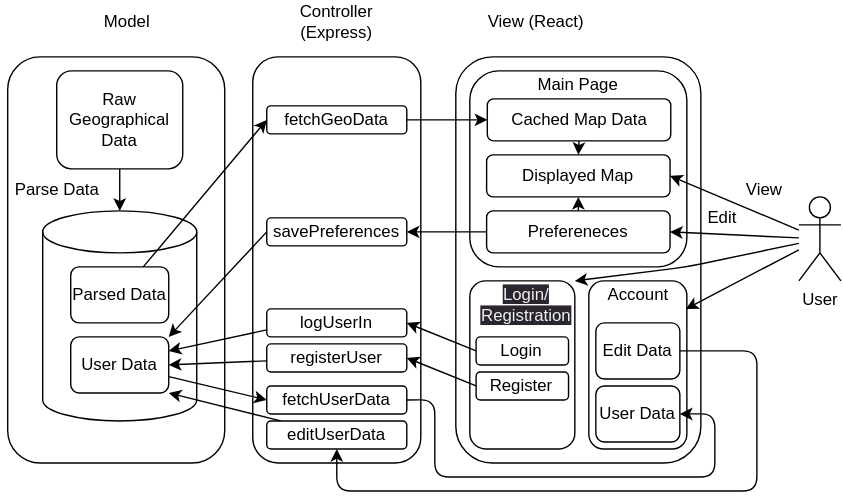
GabrielByram/TripAtlas keeps this draw.io diagram as Trip Atlas/Documentation/Design/Overall Design.drawio.svg. Above is the earlier version. Source tidied: cells renumbered, new cells last; positions are measured from the earlier drawing's top-left corner, leaving out a move shared by most shapes. Source of this version:
```xml
<mxGraphModel>
  <root>
    <mxCell id="0" />
    <mxCell id="1" parent="0" />
    <mxCell id="2" style="rounded=1;whiteSpace=wrap;html=1;" parent="1" vertex="1">
      <mxGeometry x="5" y="40" width="155" height="290" as="geometry" />
    </mxCell>
    <mxCell id="3" style="edgeStyle=none;html=1;" parent="1" edge="1" source="4" target="10">
      <mxGeometry relative="1" as="geometry" />
    </mxCell>
    <mxCell id="4" style="rounded=1;whiteSpace=wrap;html=1;" parent="1" vertex="1">
      <mxGeometry x="40" y="50" width="90" height="70" as="geometry" />
    </mxCell>
    <mxCell id="5" value="Raw Geographical Data" style="text;html=1;strokeColor=none;fillColor=none;align=center;verticalAlign=middle;whiteSpace=wrap;rounded=0;" parent="1" vertex="1">
      <mxGeometry x="55" y="70" width="60" height="30" as="geometry" />
    </mxCell>
    <mxCell id="6" style="rounded=1;whiteSpace=wrap;html=1;" parent="1" vertex="1">
      <mxGeometry x="180" y="40" width="120" height="290" as="geometry" />
    </mxCell>
    <mxCell id="7" value="Controller (Express)" style="text;html=1;strokeColor=none;fillColor=none;align=center;verticalAlign=middle;whiteSpace=wrap;rounded=0;" parent="1" vertex="1">
      <mxGeometry x="210" width="60" height="30" as="geometry" />
    </mxCell>
    <mxCell id="8" style="rounded=1;whiteSpace=wrap;html=1;" parent="1" vertex="1">
      <mxGeometry x="325" y="40" width="175" height="290" as="geometry" />
    </mxCell>
    <mxCell id="9" value="View (React)" style="text;html=1;strokeColor=none;fillColor=none;align=center;verticalAlign=middle;whiteSpace=wrap;rounded=0;" parent="1" vertex="1">
      <mxGeometry x="335" width="95" height="30" as="geometry" />
    </mxCell>
    <mxCell id="10" style="shape=cylinder3;whiteSpace=wrap;html=1;boundedLbl=1;backgroundOutline=1;size=15;" parent="1" vertex="1">
      <mxGeometry x="30" y="150" width="110" height="150" as="geometry" />
    </mxCell>
    <mxCell id="11" value="Model&lt;br&gt;" style="text;html=1;align=center;verticalAlign=middle;strokeColor=none;fillColor=none;" parent="1" vertex="1">
      <mxGeometry x="60" width="60" height="30" as="geometry" />
    </mxCell>
    <mxCell id="12" value="Parse Data&lt;br&gt;" style="text;html=1;align=center;verticalAlign=middle;strokeColor=none;fillColor=none;" parent="1" vertex="1">
      <mxGeometry y="120" width="80" height="30" as="geometry" />
    </mxCell>
    <mxCell id="13" style="edgeStyle=none;html=1;entryX=0;entryY=0.5;entryDx=0;entryDy=0;entryPerimeter=0;" parent="1" edge="1" source="14" target="26">
      <mxGeometry relative="1" as="geometry" />
    </mxCell>
    <mxCell id="14" value="Parsed Data" style="rounded=1;whiteSpace=wrap;html=1;" parent="1" vertex="1">
      <mxGeometry x="50" y="190" width="70" height="40" as="geometry" />
    </mxCell>
    <mxCell id="15" style="html=1;entryX=0;entryY=0.5;entryDx=0;entryDy=0;" parent="1" edge="1" source="16" target="48">
      <mxGeometry relative="1" as="geometry" />
    </mxCell>
    <mxCell id="16" value="User Data" style="rounded=1;whiteSpace=wrap;html=1;" parent="1" vertex="1">
      <mxGeometry x="50" y="240" width="70" height="40" as="geometry" />
    </mxCell>
    <mxCell id="17" style="rounded=1;whiteSpace=wrap;html=1;" parent="1" vertex="1">
      <mxGeometry x="335" y="200" width="75" height="120" as="geometry" />
    </mxCell>
    <mxCell id="18" value="&lt;br&gt;&lt;span style=&quot;color: rgb(240, 240, 240); font-family: Helvetica; font-size: 12px; font-style: normal; font-variant-ligatures: normal; font-variant-caps: normal; font-weight: 400; letter-spacing: normal; orphans: 2; text-align: center; text-indent: 0px; text-transform: none; widows: 2; word-spacing: 0px; -webkit-text-stroke-width: 0px; background-color: rgb(42, 37, 47); text-decoration-thickness: initial; text-decoration-style: initial; text-decoration-color: initial; float: none; display: inline !important;&quot;&gt;Login/&lt;br&gt;Registration&lt;/span&gt;" style="text;html=1;strokeColor=none;fillColor=none;align=center;verticalAlign=middle;whiteSpace=wrap;rounded=0;" parent="1" vertex="1">
      <mxGeometry x="307" y="210" width="137" as="geometry" />
    </mxCell>
    <mxCell id="19" style="rounded=1;whiteSpace=wrap;html=1;" parent="1" vertex="1">
      <mxGeometry x="335" y="50" width="155" height="140" as="geometry" />
    </mxCell>
    <mxCell id="20" value="Main Page" style="text;html=1;strokeColor=none;fillColor=none;align=center;verticalAlign=middle;whiteSpace=wrap;rounded=0;" parent="1" vertex="1">
      <mxGeometry x="344" y="50" width="137" height="20" as="geometry" />
    </mxCell>
    <mxCell id="21" style="rounded=1;whiteSpace=wrap;html=1;" parent="1" vertex="1">
      <mxGeometry x="420" y="200" width="70" height="120" as="geometry" />
    </mxCell>
    <mxCell id="22" value="Account" style="text;html=1;strokeColor=none;fillColor=none;align=center;verticalAlign=middle;whiteSpace=wrap;rounded=0;" parent="1" vertex="1">
      <mxGeometry x="386.5" y="200" width="137" height="20" as="geometry" />
    </mxCell>
    <mxCell id="23" style="edgeStyle=none;html=1;entryX=1;entryY=1;entryDx=0;entryDy=0;" parent="1" edge="1" source="24" target="16">
      <mxGeometry relative="1" as="geometry" />
    </mxCell>
    <mxCell id="24" value="editUserData" style="rounded=1;whiteSpace=wrap;html=1;" parent="1" vertex="1">
      <mxGeometry x="190" y="300" width="100" height="20" as="geometry" />
    </mxCell>
    <mxCell id="25" style="edgeStyle=none;html=1;entryX=0;entryY=0.5;entryDx=0;entryDy=0;exitX=1;exitY=0.5;exitDx=0;exitDy=0;" parent="1" edge="1" source="26" target="36">
      <mxGeometry relative="1" as="geometry" />
    </mxCell>
    <mxCell id="26" value="fetchGeoData" style="rounded=1;whiteSpace=wrap;html=1;" parent="1" vertex="1">
      <mxGeometry x="190" y="75" width="100" height="20" as="geometry" />
    </mxCell>
    <mxCell id="27" style="edgeStyle=none;html=1;entryX=1;entryY=0.5;entryDx=0;entryDy=0;" parent="1" edge="1" source="31" target="37">
      <mxGeometry relative="1" as="geometry" />
    </mxCell>
    <mxCell id="28" style="edgeStyle=none;html=1;entryX=1;entryY=0.5;entryDx=0;entryDy=0;" parent="1" edge="1" source="31" target="34">
      <mxGeometry relative="1" as="geometry" />
    </mxCell>
    <mxCell id="29" style="edgeStyle=none;html=1;entryX=0.75;entryY=1;entryDx=0;entryDy=0;" parent="1" edge="1" source="31" target="22">
      <mxGeometry relative="1" as="geometry" />
    </mxCell>
    <mxCell id="30" style="edgeStyle=none;html=1;" parent="1" edge="1" source="31">
      <mxGeometry relative="1" as="geometry">
        <mxPoint x="410" y="200" as="targetPoint" />
        <Array as="points">
          <mxPoint x="490" y="190" />
        </Array>
      </mxGeometry>
    </mxCell>
    <mxCell id="31" value="User" style="shape=umlActor;verticalLabelPosition=bottom;verticalAlign=top;html=1;outlineConnect=0;" parent="1" vertex="1">
      <mxGeometry x="570" y="140" width="30" height="60" as="geometry" />
    </mxCell>
    <mxCell id="32" style="edgeStyle=none;html=1;exitX=0.5;exitY=0;exitDx=0;exitDy=0;entryX=0.5;entryY=1;entryDx=0;entryDy=0;" parent="1" edge="1" source="34" target="37">
      <mxGeometry relative="1" as="geometry" />
    </mxCell>
    <mxCell id="33" style="edgeStyle=none;html=1;exitX=0;exitY=0.5;exitDx=0;exitDy=0;entryX=1;entryY=0.5;entryDx=0;entryDy=0;" parent="1" edge="1" source="34" target="39">
      <mxGeometry relative="1" as="geometry" />
    </mxCell>
    <mxCell id="34" value="Prefereneces" style="rounded=1;whiteSpace=wrap;html=1;" parent="1" vertex="1">
      <mxGeometry x="347" y="150" width="131" height="30" as="geometry" />
    </mxCell>
    <mxCell id="35" style="edgeStyle=none;html=1;exitX=0.5;exitY=1;exitDx=0;exitDy=0;entryX=0.5;entryY=0;entryDx=0;entryDy=0;" parent="1" edge="1" source="36" target="37">
      <mxGeometry relative="1" as="geometry" />
    </mxCell>
    <mxCell id="36" value="Cached Map Data" style="rounded=1;whiteSpace=wrap;html=1;" parent="1" vertex="1">
      <mxGeometry x="347.5" y="70" width="131" height="30" as="geometry" />
    </mxCell>
    <mxCell id="37" value="Displayed Map" style="rounded=1;whiteSpace=wrap;html=1;" parent="1" vertex="1">
      <mxGeometry x="347" y="110" width="131" height="30" as="geometry" />
    </mxCell>
    <mxCell id="38" style="edgeStyle=none;html=1;entryX=1;entryY=0;entryDx=0;entryDy=0;exitX=0;exitY=0.5;exitDx=0;exitDy=0;" parent="1" edge="1" source="39" target="16">
      <mxGeometry relative="1" as="geometry" />
    </mxCell>
    <mxCell id="39" value="savePreferences" style="rounded=1;whiteSpace=wrap;html=1;" parent="1" vertex="1">
      <mxGeometry x="190" y="155" width="100" height="20" as="geometry" />
    </mxCell>
    <mxCell id="40" style="edgeStyle=none;html=1;entryX=1;entryY=0.5;entryDx=0;entryDy=0;exitX=0;exitY=0.5;exitDx=0;exitDy=0;" parent="1" edge="1" source="41" target="50">
      <mxGeometry relative="1" as="geometry" />
    </mxCell>
    <mxCell id="41" value="Login" style="rounded=1;whiteSpace=wrap;html=1;" parent="1" vertex="1">
      <mxGeometry x="339.5" y="240" width="66" height="20" as="geometry" />
    </mxCell>
    <mxCell id="42" style="edgeStyle=none;html=1;entryX=1;entryY=0.5;entryDx=0;entryDy=0;exitX=0;exitY=0.5;exitDx=0;exitDy=0;" parent="1" edge="1" source="43" target="52">
      <mxGeometry relative="1" as="geometry" />
    </mxCell>
    <mxCell id="43" value="Register" style="rounded=1;whiteSpace=wrap;html=1;" parent="1" vertex="1">
      <mxGeometry x="339.5" y="265" width="66" height="20" as="geometry" />
    </mxCell>
    <mxCell id="44" value="User Data" style="rounded=1;whiteSpace=wrap;html=1;" parent="1" vertex="1">
      <mxGeometry x="425" y="275" width="60" height="40" as="geometry" />
    </mxCell>
    <mxCell id="45" style="edgeStyle=orthogonalEdgeStyle;html=1;entryX=0.5;entryY=1;entryDx=0;entryDy=0;" parent="1" edge="1" source="46" target="24">
      <mxGeometry relative="1" as="geometry">
        <Array as="points">
          <mxPoint x="540" y="250" />
          <mxPoint x="540" y="350" />
          <mxPoint x="240" y="350" />
        </Array>
      </mxGeometry>
    </mxCell>
    <mxCell id="46" value="Edit Data" style="rounded=1;whiteSpace=wrap;html=1;" parent="1" vertex="1">
      <mxGeometry x="425" y="230" width="60" height="40" as="geometry" />
    </mxCell>
    <mxCell id="47" style="edgeStyle=orthogonalEdgeStyle;html=1;exitX=1;exitY=0.5;exitDx=0;exitDy=0;entryX=1;entryY=0.5;entryDx=0;entryDy=0;" parent="1" edge="1" source="48" target="44">
      <mxGeometry relative="1" as="geometry">
        <Array as="points">
          <mxPoint x="310" y="285" />
          <mxPoint x="310" y="340" />
          <mxPoint x="510" y="340" />
          <mxPoint x="510" y="295" />
        </Array>
      </mxGeometry>
    </mxCell>
    <mxCell id="48" value="fetchUserData" style="rounded=1;whiteSpace=wrap;html=1;" parent="1" vertex="1">
      <mxGeometry x="190" y="275" width="100" height="20" as="geometry" />
    </mxCell>
    <mxCell id="49" style="edgeStyle=none;html=1;exitX=0;exitY=0.75;exitDx=0;exitDy=0;entryX=1;entryY=0.25;entryDx=0;entryDy=0;" parent="1" edge="1" source="50" target="16">
      <mxGeometry relative="1" as="geometry" />
    </mxCell>
    <mxCell id="50" value="logUserIn" style="rounded=1;whiteSpace=wrap;html=1;" parent="1" vertex="1">
      <mxGeometry x="190" y="220" width="100" height="20" as="geometry" />
    </mxCell>
    <mxCell id="51" style="edgeStyle=none;html=1;entryX=1;entryY=0.5;entryDx=0;entryDy=0;" parent="1" edge="1" source="52" target="16">
      <mxGeometry relative="1" as="geometry" />
    </mxCell>
    <mxCell id="52" value="registerUser" style="rounded=1;whiteSpace=wrap;html=1;" parent="1" vertex="1">
      <mxGeometry x="190" y="245" width="100" height="20" as="geometry" />
    </mxCell>
    <mxCell id="53" value="View" style="text;html=1;align=center;verticalAlign=middle;strokeColor=none;fillColor=none;" parent="1" vertex="1">
      <mxGeometry x="520" y="120" width="50" height="30" as="geometry" />
    </mxCell>
    <mxCell id="54" value="Edit" style="text;html=1;align=center;verticalAlign=middle;strokeColor=none;fillColor=none;" parent="1" vertex="1">
      <mxGeometry x="495" y="140" width="40" height="30" as="geometry" />
    </mxCell>
  </root>
</mxGraphModel>
```
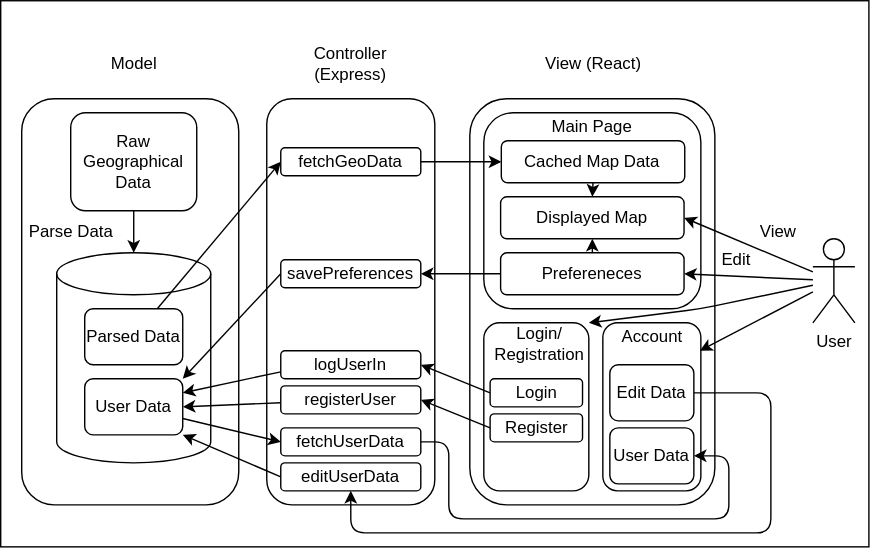
Above is the later version.

Change to the diagram source:
```diff
@@ -2,6 +2,9 @@
   <root>
     <mxCell id="0" />
     <mxCell id="1" parent="0" />
+    <mxCell id="55" style="rounded=0;whiteSpace=wrap;html=1;" parent="1" vertex="1">
+      <mxGeometry x="-10" y="-30" width="620" height="390" as="geometry" />
+    </mxCell>
     <mxCell id="2" style="rounded=1;whiteSpace=wrap;html=1;" parent="1" vertex="1">
       <mxGeometry x="5" y="40" width="155" height="290" as="geometry" />
     </mxCell>
@@ -24,13 +27,13 @@
       <mxGeometry x="325" y="40" width="175" height="290" as="geometry" />
     </mxCell>
     <mxCell id="9" value="View (React)" style="text;html=1;strokeColor=none;fillColor=none;align=center;verticalAlign=middle;whiteSpace=wrap;rounded=0;" parent="1" vertex="1">
-      <mxGeometry x="335" width="95" height="30" as="geometry" />
+      <mxGeometry x="365.5" width="95" height="30" as="geometry" />
     </mxCell>
     <mxCell id="10" style="shape=cylinder3;whiteSpace=wrap;html=1;boundedLbl=1;backgroundOutline=1;size=15;" parent="1" vertex="1">
       <mxGeometry x="30" y="150" width="110" height="150" as="geometry" />
     </mxCell>
     <mxCell id="11" value="Model&lt;br&gt;" style="text;html=1;align=center;verticalAlign=middle;strokeColor=none;fillColor=none;" parent="1" vertex="1">
-      <mxGeometry x="60" width="60" height="30" as="geometry" />
+      <mxGeometry x="55" width="60" height="30" as="geometry" />
     </mxCell>
     <mxCell id="12" value="Parse Data&lt;br&gt;" style="text;html=1;align=center;verticalAlign=middle;strokeColor=none;fillColor=none;" parent="1" vertex="1">
       <mxGeometry y="120" width="80" height="30" as="geometry" />
@@ -50,7 +53,7 @@
     <mxCell id="17" style="rounded=1;whiteSpace=wrap;html=1;" parent="1" vertex="1">
       <mxGeometry x="335" y="200" width="75" height="120" as="geometry" />
     </mxCell>
-    <mxCell id="18" value="&lt;br&gt;&lt;span style=&quot;color: rgb(240, 240, 240); font-family: Helvetica; font-size: 12px; font-style: normal; font-variant-ligatures: normal; font-variant-caps: normal; font-weight: 400; letter-spacing: normal; orphans: 2; text-align: center; text-indent: 0px; text-transform: none; widows: 2; word-spacing: 0px; -webkit-text-stroke-width: 0px; background-color: rgb(42, 37, 47); text-decoration-thickness: initial; text-decoration-style: initial; text-decoration-color: initial; float: none; display: inline !important;&quot;&gt;Login/&lt;br&gt;Registration&lt;/span&gt;" style="text;html=1;strokeColor=none;fillColor=none;align=center;verticalAlign=middle;whiteSpace=wrap;rounded=0;" parent="1" vertex="1">
+    <mxCell id="18" value="&lt;span style=&quot;color: rgb(240, 240, 240); font-family: Helvetica; font-size: 12px; font-style: normal; font-variant-ligatures: normal; font-variant-caps: normal; font-weight: 400; letter-spacing: normal; orphans: 2; text-align: center; text-indent: 0px; text-transform: none; widows: 2; word-spacing: 0px; -webkit-text-stroke-width: 0px; background-color: rgb(42, 37, 47); text-decoration-thickness: initial; text-decoration-style: initial; text-decoration-color: initial; float: none; display: inline !important;&quot;&gt;&lt;br&gt;&lt;/span&gt;" style="text;html=1;strokeColor=none;fillColor=none;align=center;verticalAlign=middle;whiteSpace=wrap;rounded=0;" parent="1" vertex="1">
       <mxGeometry x="307" y="210" width="137" as="geometry" />
     </mxCell>
     <mxCell id="19" style="rounded=1;whiteSpace=wrap;html=1;" parent="1" vertex="1">
@@ -65,7 +68,7 @@
     <mxCell id="22" value="Account" style="text;html=1;strokeColor=none;fillColor=none;align=center;verticalAlign=middle;whiteSpace=wrap;rounded=0;" parent="1" vertex="1">
       <mxGeometry x="386.5" y="200" width="137" height="20" as="geometry" />
     </mxCell>
-    <mxCell id="23" style="edgeStyle=none;html=1;entryX=1;entryY=1;entryDx=0;entryDy=0;" parent="1" edge="1" source="24" target="16">
+    <mxCell id="23" style="edgeStyle=none;html=1;entryX=1;entryY=1;entryDx=0;entryDy=0;exitX=0;exitY=0.5;exitDx=0;exitDy=0;" parent="1" edge="1" source="24" target="16">
       <mxGeometry relative="1" as="geometry" />
     </mxCell>
     <mxCell id="24" value="editUserData" style="rounded=1;whiteSpace=wrap;html=1;" parent="1" vertex="1">
@@ -179,5 +182,8 @@
     <mxCell id="54" value="Edit" style="text;html=1;align=center;verticalAlign=middle;strokeColor=none;fillColor=none;" parent="1" vertex="1">
       <mxGeometry x="495" y="140" width="40" height="30" as="geometry" />
     </mxCell>
+    <mxCell id="56" value="Login/&lt;br&gt;Registration" style="text;html=1;strokeColor=none;fillColor=none;align=center;verticalAlign=middle;whiteSpace=wrap;rounded=0;" parent="1" vertex="1">
+      <mxGeometry x="333" y="200" width="84" height="30" as="geometry" />
+    </mxCell>
   </root>
 </mxGraphModel>
```
